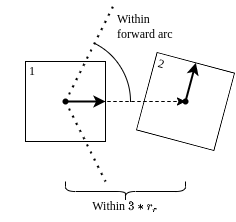
Before: doc/Code Illus/dwa_replan_condition.drawio.png, a diagram exported from draw.io (tianyilim/ic-fyp). Source tidied: cells renumbered, new cells last; positions are measured from the earlier drawing's top-left corner, leaving out a move shared by most shapes. Its diagram source:
```xml
<mxGraphModel math="1">
  <root>
    <mxCell id="0" />
    <mxCell id="1" parent="0" />
    <mxCell id="2" value="1" style="whiteSpace=wrap;html=1;align=left;verticalAlign=top;spacingLeft=2;fontFamily=Comptuer Modern;fontSource=http%3A%2F%2Fmirrors.ctan.org%2Ffonts%2Fcm-unicode%2Ffonts%2Fotf%2Fcmunbxo.otf;spacingTop=-4;" parent="1" vertex="1">
      <mxGeometry x="25" y="60" width="80" height="80" as="geometry" />
    </mxCell>
    <mxCell id="3" value="2" style="whiteSpace=wrap;html=1;align=left;verticalAlign=top;spacingLeft=2;fontFamily=Comptuer Modern;fontSource=http%3A%2F%2Fmirrors.ctan.org%2Ffonts%2Fcm-unicode%2Ffonts%2Fotf%2Fcmunbxo.otf;rotation=15;spacingTop=-4;" parent="1" vertex="1">
      <mxGeometry x="145" y="60" width="80" height="80" as="geometry" />
    </mxCell>
    <mxCell id="4" style="endArrow=none;dashed=1;html=1;dashPattern=1 3;strokeWidth=2;rounded=0;fontFamily=Comptuer Modern;fontSource=http%3A%2F%2Fmirrors.ctan.org%2Ffonts%2Fcm-unicode%2Ffonts%2Fotf%2Fcmunbxo.otf;exitX=0.596;exitY=0.591;exitDx=0;exitDy=0;exitPerimeter=0;" parent="1" edge="1" source="6">
      <mxGeometry relative="1" as="geometry">
        <mxPoint x="115" as="targetPoint" />
      </mxGeometry>
    </mxCell>
    <mxCell id="5" style="edgeStyle=orthogonalEdgeStyle;rounded=0;jettySize=auto;html=1;dashed=1;fontFamily=Comptuer Modern;fontSource=http%3A%2F%2Fmirrors.ctan.org%2Ffonts%2Fcm-unicode%2Ffonts%2Fotf%2Fcmunbxo.otf;" parent="1" edge="1" source="6" target="11">
      <mxGeometry relative="1" as="geometry" />
    </mxCell>
    <mxCell id="6" style="shape=waypoint;sketch=0;fillStyle=solid;size=6;points=[];fillColor=none;perimeter=centerPerimeter;snapToPoint=1;fontFamily=Comptuer Modern;fontSource=http%3A%2F%2Fmirrors.ctan.org%2Ffonts%2Fcm-unicode%2Ffonts%2Fotf%2Fcmunbxo.otf;" parent="1" vertex="1">
      <mxGeometry x="45" y="80" width="40" height="40" as="geometry" />
    </mxCell>
    <mxCell id="7" style="endArrow=none;dashed=1;html=1;dashPattern=1 3;strokeWidth=2;rounded=0;fontFamily=Comptuer Modern;fontSource=http%3A%2F%2Fmirrors.ctan.org%2Ffonts%2Fcm-unicode%2Ffonts%2Fotf%2Fcmunbxo.otf;exitX=0.578;exitY=0.471;exitDx=0;exitDy=0;exitPerimeter=0;" parent="1" edge="1" source="6">
      <mxGeometry relative="1" as="geometry">
        <mxPoint x="105" y="180" as="targetPoint" />
      </mxGeometry>
    </mxCell>
    <mxCell id="8" style="shape=curlyBracket;whiteSpace=wrap;html=1;rounded=1;flipH=1;fontFamily=Comptuer Modern;fontSource=http%3A%2F%2Fmirrors.ctan.org%2Ffonts%2Fcm-unicode%2Ffonts%2Fotf%2Fcmunbxo.otf;rotation=90;" parent="1" vertex="1">
      <mxGeometry x="115" y="130" width="20" height="120" as="geometry" />
    </mxCell>
    <mxCell id="9" value="Within \(3*r_r\)" style="text;html=1;strokeColor=none;fillColor=none;align=center;verticalAlign=middle;whiteSpace=wrap;rounded=0;fontFamily=Comptuer Modern;fontSource=http%3A%2F%2Fmirrors.ctan.org%2Ffonts%2Fcm-unicode%2Ffonts%2Fotf%2Fcmunbxo.otf;" parent="1" vertex="1">
      <mxGeometry x="90" y="190" width="70" height="30" as="geometry" />
    </mxCell>
    <mxCell id="10" style="endArrow=none;dashed=1;html=1;strokeWidth=1;rounded=0;fontFamily=Comptuer Modern;fontSource=http%3A%2F%2Fmirrors.ctan.org%2Ffonts%2Fcm-unicode%2Ffonts%2Fotf%2Fcmunbxo.otf;entryX=0.492;entryY=0.574;entryDx=0;entryDy=0;entryPerimeter=0;" parent="1" edge="1" source="6" target="11">
      <mxGeometry relative="1" as="geometry" />
    </mxCell>
    <mxCell id="11" style="shape=waypoint;sketch=0;fillStyle=solid;size=6;points=[];fillColor=none;perimeter=centerPerimeter;snapToPoint=1;fontFamily=Comptuer Modern;fontSource=http%3A%2F%2Fmirrors.ctan.org%2Ffonts%2Fcm-unicode%2Ffonts%2Fotf%2Fcmunbxo.otf;" parent="1" vertex="1">
      <mxGeometry x="165" y="80" width="40" height="40" as="geometry" />
    </mxCell>
    <mxCell id="12" style="verticalLabelPosition=bottom;verticalAlign=top;html=1;shape=mxgraph.basic.arc;startAngle=0.07505994886438067;endAngle=0.25;fontFamily=Comptuer Modern;fontSource=http%3A%2F%2Fmirrors.ctan.org%2Ffonts%2Fcm-unicode%2Ffonts%2Fotf%2Fcmunbxo.otf;" parent="1" vertex="1">
      <mxGeometry y="35" width="130" height="130" as="geometry" />
    </mxCell>
    <mxCell id="13" value="Within forward arc" style="text;html=1;strokeColor=none;fillColor=none;align=left;verticalAlign=middle;whiteSpace=wrap;rounded=0;fontFamily=Comptuer Modern;fontSource=http%3A%2F%2Fmirrors.ctan.org%2Ffonts%2Fcm-unicode%2Ffonts%2Fotf%2Fcmunbxo.otf;" parent="1" vertex="1">
      <mxGeometry x="115" y="10" width="60" height="30" as="geometry" />
    </mxCell>
    <mxCell id="14" style="endArrow=classic;html=1;rounded=0;fontFamily=Comptuer Modern;fontSource=http%3A%2F%2Fmirrors.ctan.org%2Ffonts%2Fcm-unicode%2Ffonts%2Fotf%2Fcmunbxo.otf;exitX=0.418;exitY=0.421;exitDx=0;exitDy=0;exitPerimeter=0;entryX=1;entryY=0.5;entryDx=0;entryDy=0;strokeWidth=2;" parent="1" edge="1" source="6" target="2">
      <mxGeometry relative="1" as="geometry" />
    </mxCell>
    <mxCell id="15" style="endArrow=classic;html=1;rounded=0;fontFamily=Comptuer Modern;fontSource=http%3A%2F%2Fmirrors.ctan.org%2Ffonts%2Fcm-unicode%2Ffonts%2Fotf%2Fcmunbxo.otf;exitX=0.446;exitY=0.507;exitDx=0;exitDy=0;exitPerimeter=0;entryX=0.5;entryY=0;entryDx=0;entryDy=0;strokeWidth=2;" parent="1" edge="1" source="11" target="3">
      <mxGeometry relative="1" as="geometry" />
    </mxCell>
  </root>
</mxGraphModel>
```
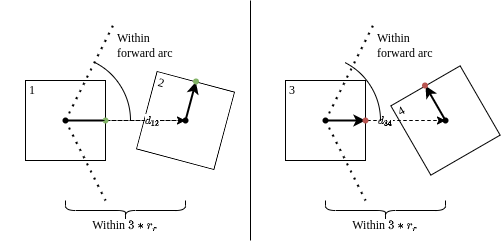
After the commit.

What changed in the source:
```diff
@@ -30,8 +30,8 @@
     <mxCell id="9" value="Within \(3*r_r\)" style="text;html=1;strokeColor=none;fillColor=none;align=center;verticalAlign=middle;whiteSpace=wrap;rounded=0;fontFamily=Comptuer Modern;fontSource=http%3A%2F%2Fmirrors.ctan.org%2Ffonts%2Fcm-unicode%2Ffonts%2Fotf%2Fcmunbxo.otf;" parent="1" vertex="1">
       <mxGeometry x="90" y="190" width="70" height="30" as="geometry" />
     </mxCell>
-    <mxCell id="10" style="endArrow=none;dashed=1;html=1;strokeWidth=1;rounded=0;fontFamily=Comptuer Modern;fontSource=http%3A%2F%2Fmirrors.ctan.org%2Ffonts%2Fcm-unicode%2Ffonts%2Fotf%2Fcmunbxo.otf;entryX=0.492;entryY=0.574;entryDx=0;entryDy=0;entryPerimeter=0;" parent="1" edge="1" source="6" target="11">
-      <mxGeometry relative="1" as="geometry" />
+    <mxCell id="10" value="\(d_{12}\)" style="endArrow=none;dashed=1;html=1;strokeWidth=1;rounded=0;fontFamily=Comptuer Modern;fontSource=http%3A%2F%2Fmirrors.ctan.org%2Ffonts%2Fcm-unicode%2Ffonts%2Fotf%2Fcmunbxo.otf;entryX=0.492;entryY=0.574;entryDx=0;entryDy=0;entryPerimeter=0;startArrow=none;" parent="1" edge="1" source="35" target="11">
+      <mxGeometry x="0.17" relative="1" as="geometry" />
     </mxCell>
     <mxCell id="11" style="shape=waypoint;sketch=0;fillStyle=solid;size=6;points=[];fillColor=none;perimeter=centerPerimeter;snapToPoint=1;fontFamily=Comptuer Modern;fontSource=http%3A%2F%2Fmirrors.ctan.org%2Ffonts%2Fcm-unicode%2Ffonts%2Fotf%2Fcmunbxo.otf;" parent="1" vertex="1">
       <mxGeometry x="165" y="80" width="40" height="40" as="geometry" />
@@ -42,11 +42,85 @@
     <mxCell id="13" value="Within forward arc" style="text;html=1;strokeColor=none;fillColor=none;align=left;verticalAlign=middle;whiteSpace=wrap;rounded=0;fontFamily=Comptuer Modern;fontSource=http%3A%2F%2Fmirrors.ctan.org%2Ffonts%2Fcm-unicode%2Ffonts%2Fotf%2Fcmunbxo.otf;" parent="1" vertex="1">
       <mxGeometry x="115" y="10" width="60" height="30" as="geometry" />
     </mxCell>
-    <mxCell id="14" style="endArrow=classic;html=1;rounded=0;fontFamily=Comptuer Modern;fontSource=http%3A%2F%2Fmirrors.ctan.org%2Ffonts%2Fcm-unicode%2Ffonts%2Fotf%2Fcmunbxo.otf;exitX=0.418;exitY=0.421;exitDx=0;exitDy=0;exitPerimeter=0;entryX=1;entryY=0.5;entryDx=0;entryDy=0;strokeWidth=2;" parent="1" edge="1" source="6" target="2">
+    <mxCell id="14" style="endArrow=classic;html=1;rounded=0;fontFamily=Comptuer Modern;fontSource=http%3A%2F%2Fmirrors.ctan.org%2Ffonts%2Fcm-unicode%2Ffonts%2Fotf%2Fcmunbxo.otf;exitDx=0;exitDy=0;exitPerimeter=0;entryX=1;entryY=0.5;entryDx=0;entryDy=0;strokeWidth=2;startArrow=none;" parent="1" edge="1" source="35" target="2">
       <mxGeometry relative="1" as="geometry" />
     </mxCell>
     <mxCell id="15" style="endArrow=classic;html=1;rounded=0;fontFamily=Comptuer Modern;fontSource=http%3A%2F%2Fmirrors.ctan.org%2Ffonts%2Fcm-unicode%2Ffonts%2Fotf%2Fcmunbxo.otf;exitX=0.446;exitY=0.507;exitDx=0;exitDy=0;exitPerimeter=0;entryX=0.5;entryY=0;entryDx=0;entryDy=0;strokeWidth=2;" parent="1" edge="1" source="11" target="3">
       <mxGeometry relative="1" as="geometry" />
     </mxCell>
+    <mxCell id="16" value="3" style="whiteSpace=wrap;html=1;align=left;verticalAlign=top;spacingLeft=2;fontFamily=Comptuer Modern;fontSource=http%3A%2F%2Fmirrors.ctan.org%2Ffonts%2Fcm-unicode%2Ffonts%2Fotf%2Fcmunbxo.otf;spacingTop=-4;" parent="1" vertex="1">
+      <mxGeometry x="285" y="60" width="80" height="80" as="geometry" />
+    </mxCell>
+    <mxCell id="17" value="4" style="whiteSpace=wrap;html=1;align=left;verticalAlign=top;spacingLeft=2;fontFamily=Comptuer Modern;fontSource=http%3A%2F%2Fmirrors.ctan.org%2Ffonts%2Fcm-unicode%2Ffonts%2Fotf%2Fcmunbxo.otf;rotation=-30;spacingTop=-4;" parent="1" vertex="1">
+      <mxGeometry x="405" y="60" width="80" height="80" as="geometry" />
+    </mxCell>
+    <mxCell id="18" style="endArrow=none;dashed=1;html=1;dashPattern=1 3;strokeWidth=2;rounded=0;fontFamily=Comptuer Modern;fontSource=http%3A%2F%2Fmirrors.ctan.org%2Ffonts%2Fcm-unicode%2Ffonts%2Fotf%2Fcmunbxo.otf;exitX=0.596;exitY=0.591;exitDx=0;exitDy=0;exitPerimeter=0;" parent="1" edge="1" source="20">
+      <mxGeometry relative="1" as="geometry">
+        <mxPoint x="375" as="targetPoint" />
+      </mxGeometry>
+    </mxCell>
+    <mxCell id="19" style="edgeStyle=orthogonalEdgeStyle;rounded=0;jettySize=auto;html=1;dashed=1;fontFamily=Comptuer Modern;fontSource=http%3A%2F%2Fmirrors.ctan.org%2Ffonts%2Fcm-unicode%2Ffonts%2Fotf%2Fcmunbxo.otf;" parent="1" edge="1" source="20" target="25">
+      <mxGeometry relative="1" as="geometry" />
+    </mxCell>
+    <mxCell id="20" style="shape=waypoint;sketch=0;fillStyle=solid;size=6;points=[];fillColor=none;perimeter=centerPerimeter;snapToPoint=1;fontFamily=Comptuer Modern;fontSource=http%3A%2F%2Fmirrors.ctan.org%2Ffonts%2Fcm-unicode%2Ffonts%2Fotf%2Fcmunbxo.otf;" parent="1" vertex="1">
+      <mxGeometry x="305" y="80" width="40" height="40" as="geometry" />
+    </mxCell>
+    <mxCell id="21" style="endArrow=none;dashed=1;html=1;dashPattern=1 3;strokeWidth=2;rounded=0;fontFamily=Comptuer Modern;fontSource=http%3A%2F%2Fmirrors.ctan.org%2Ffonts%2Fcm-unicode%2Ffonts%2Fotf%2Fcmunbxo.otf;exitX=0.578;exitY=0.471;exitDx=0;exitDy=0;exitPerimeter=0;" parent="1" edge="1" source="20">
+      <mxGeometry relative="1" as="geometry">
+        <mxPoint x="365" y="180" as="targetPoint" />
+      </mxGeometry>
+    </mxCell>
+    <mxCell id="22" style="shape=curlyBracket;whiteSpace=wrap;html=1;rounded=1;flipH=1;fontFamily=Comptuer Modern;fontSource=http%3A%2F%2Fmirrors.ctan.org%2Ffonts%2Fcm-unicode%2Ffonts%2Fotf%2Fcmunbxo.otf;rotation=90;" parent="1" vertex="1">
+      <mxGeometry x="375" y="130" width="20" height="120" as="geometry" />
+    </mxCell>
+    <mxCell id="23" value="Within \(3*r_r\)" style="text;html=1;strokeColor=none;fillColor=none;align=center;verticalAlign=middle;whiteSpace=wrap;rounded=0;fontFamily=Comptuer Modern;fontSource=http%3A%2F%2Fmirrors.ctan.org%2Ffonts%2Fcm-unicode%2Ffonts%2Fotf%2Fcmunbxo.otf;" parent="1" vertex="1">
+      <mxGeometry x="350" y="190" width="70" height="30" as="geometry" />
+    </mxCell>
+    <mxCell id="24" value="\(d_{34}\)" style="endArrow=none;dashed=1;html=1;strokeWidth=1;rounded=0;fontFamily=Comptuer Modern;fontSource=http%3A%2F%2Fmirrors.ctan.org%2Ffonts%2Fcm-unicode%2Ffonts%2Fotf%2Fcmunbxo.otf;entryX=0.492;entryY=0.574;entryDx=0;entryDy=0;entryPerimeter=0;" parent="1" edge="1" source="20" target="25">
+      <mxGeometry relative="1" as="geometry" />
+    </mxCell>
+    <mxCell id="25" style="shape=waypoint;sketch=0;fillStyle=solid;size=6;points=[];fillColor=none;perimeter=centerPerimeter;snapToPoint=1;fontFamily=Comptuer Modern;fontSource=http%3A%2F%2Fmirrors.ctan.org%2Ffonts%2Fcm-unicode%2Ffonts%2Fotf%2Fcmunbxo.otf;" parent="1" vertex="1">
+      <mxGeometry x="425" y="80" width="40" height="40" as="geometry" />
+    </mxCell>
+    <mxCell id="26" style="verticalLabelPosition=bottom;verticalAlign=top;html=1;shape=mxgraph.basic.arc;startAngle=0.07505994886438067;endAngle=0.25;fontFamily=Comptuer Modern;fontSource=http%3A%2F%2Fmirrors.ctan.org%2Ffonts%2Fcm-unicode%2Ffonts%2Fotf%2Fcmunbxo.otf;" parent="1" vertex="1">
+      <mxGeometry x="250" y="35" width="130" height="130" as="geometry" />
+    </mxCell>
+    <mxCell id="27" value="Within forward arc" style="text;html=1;strokeColor=none;fillColor=none;align=left;verticalAlign=middle;whiteSpace=wrap;rounded=0;fontFamily=Comptuer Modern;fontSource=http%3A%2F%2Fmirrors.ctan.org%2Ffonts%2Fcm-unicode%2Ffonts%2Fotf%2Fcmunbxo.otf;" parent="1" vertex="1">
+      <mxGeometry x="375" y="10" width="60" height="30" as="geometry" />
+    </mxCell>
+    <mxCell id="28" style="endArrow=classic;html=1;rounded=0;fontFamily=Comptuer Modern;fontSource=http%3A%2F%2Fmirrors.ctan.org%2Ffonts%2Fcm-unicode%2Ffonts%2Fotf%2Fcmunbxo.otf;exitX=0.418;exitY=0.421;exitDx=0;exitDy=0;exitPerimeter=0;entryX=1;entryY=0.5;entryDx=0;entryDy=0;strokeWidth=2;" parent="1" edge="1" source="20" target="16">
+      <mxGeometry relative="1" as="geometry">
+        <Array as="points">
+          <mxPoint x="335" y="100" />
+        </Array>
+      </mxGeometry>
+    </mxCell>
+    <mxCell id="29" style="endArrow=classic;html=1;rounded=0;fontFamily=Comptuer Modern;fontSource=http%3A%2F%2Fmirrors.ctan.org%2Ffonts%2Fcm-unicode%2Ffonts%2Fotf%2Fcmunbxo.otf;exitX=0.446;exitY=0.507;exitDx=0;exitDy=0;exitPerimeter=0;entryX=0.5;entryY=0;entryDx=0;entryDy=0;strokeWidth=2;" parent="1" edge="1" source="25" target="17">
+      <mxGeometry relative="1" as="geometry" />
+    </mxCell>
+    <mxCell id="30" style="endArrow=none;html=1;rounded=0;fontFamily=Comptuer Modern;fontSource=http%3A%2F%2Fmirrors.ctan.org%2Ffonts%2Fcm-unicode%2Ffonts%2Fotf%2Fcmunbxo.otf;strokeWidth=1;" parent="1" edge="1">
+      <mxGeometry relative="1" as="geometry">
+        <mxPoint x="250" y="220" as="sourcePoint" />
+        <mxPoint x="250" y="-20" as="targetPoint" />
+      </mxGeometry>
+    </mxCell>
+    <mxCell id="31" style="shape=waypoint;sketch=0;fillStyle=solid;size=6;fillColor=#d5e8d4;perimeter=centerPerimeter;fontFamily=Comptuer Modern;fontSource=http%3A%2F%2Fmirrors.ctan.org%2Ffonts%2Fcm-unicode%2Ffonts%2Fotf%2Fcmunbxo.otf;strokeColor=#82b366;" parent="1" vertex="1">
+      <mxGeometry x="175.5" y="41" width="40" height="40" as="geometry" />
+    </mxCell>
+    <mxCell id="32" style="endArrow=none;html=1;rounded=0;fontFamily=Comptuer Modern;fontSource=http%3A%2F%2Fmirrors.ctan.org%2Ffonts%2Fcm-unicode%2Ffonts%2Fotf%2Fcmunbxo.otf;exitX=0.418;exitY=0.421;exitDx=0;exitDy=0;exitPerimeter=0;entryDx=0;entryDy=0;strokeWidth=2;" parent="1" edge="1" source="6" target="35">
+      <mxGeometry relative="1" as="geometry" />
+    </mxCell>
+    <mxCell id="33" style="shape=waypoint;sketch=0;fillStyle=solid;size=6;fillColor=#f8cecc;perimeter=centerPerimeter;fontFamily=Comptuer Modern;fontSource=http%3A%2F%2Fmirrors.ctan.org%2Ffonts%2Fcm-unicode%2Ffonts%2Fotf%2Fcmunbxo.otf;strokeColor=#b85450;" parent="1" vertex="1">
+      <mxGeometry x="345" y="80" width="40" height="40" as="geometry" />
+    </mxCell>
+    <mxCell id="34" style="shape=waypoint;sketch=0;fillStyle=solid;size=6;fillColor=#f8cecc;perimeter=centerPerimeter;fontFamily=Comptuer Modern;fontSource=http%3A%2F%2Fmirrors.ctan.org%2Ffonts%2Fcm-unicode%2Ffonts%2Fotf%2Fcmunbxo.otf;strokeColor=#b85450;" parent="1" vertex="1">
+      <mxGeometry x="404.5" y="45" width="40" height="40" as="geometry" />
+    </mxCell>
+    <mxCell id="35" style="shape=waypoint;sketch=0;fillStyle=solid;size=6;points=[];fillColor=#d5e8d4;perimeter=centerPerimeter;snapToPoint=1;fontFamily=Comptuer Modern;fontSource=http%3A%2F%2Fmirrors.ctan.org%2Ffonts%2Fcm-unicode%2Ffonts%2Fotf%2Fcmunbxo.otf;strokeColor=#82b366;" parent="1" vertex="1">
+      <mxGeometry x="85" y="80" width="40" height="40" as="geometry" />
+    </mxCell>
+    <mxCell id="36" style="endArrow=none;dashed=1;html=1;strokeWidth=1;rounded=0;fontFamily=Comptuer Modern;fontSource=http%3A%2F%2Fmirrors.ctan.org%2Ffonts%2Fcm-unicode%2Ffonts%2Fotf%2Fcmunbxo.otf;entryDx=0;entryDy=0;entryPerimeter=0;" parent="1" edge="1" source="6" target="35">
+      <mxGeometry x="0.17" relative="1" as="geometry" />
+    </mxCell>
   </root>
 </mxGraphModel>
```
